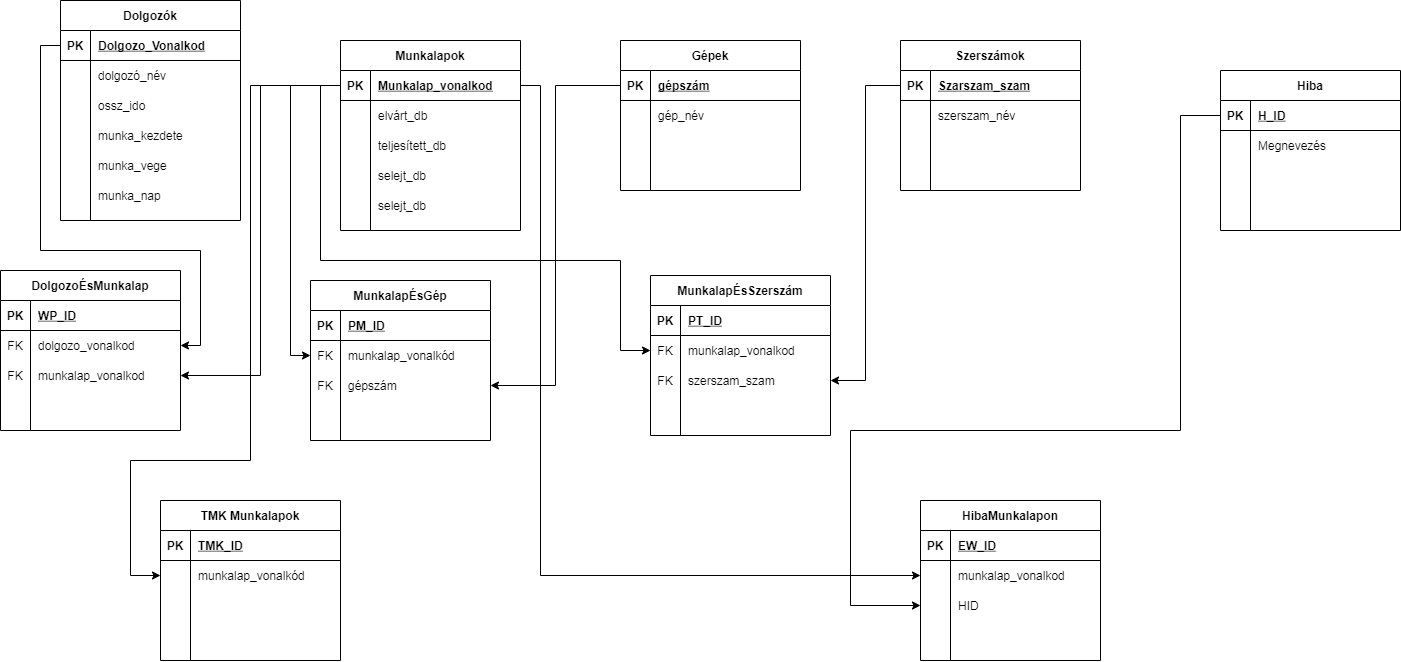
The draw.io diagram database_plan_1_0.png in KerteszZoltan/mesterminal, before a commit. Source tidied: cells renumbered, new cells last; positions are measured from the earlier drawing's top-left corner, leaving out a move shared by most shapes.
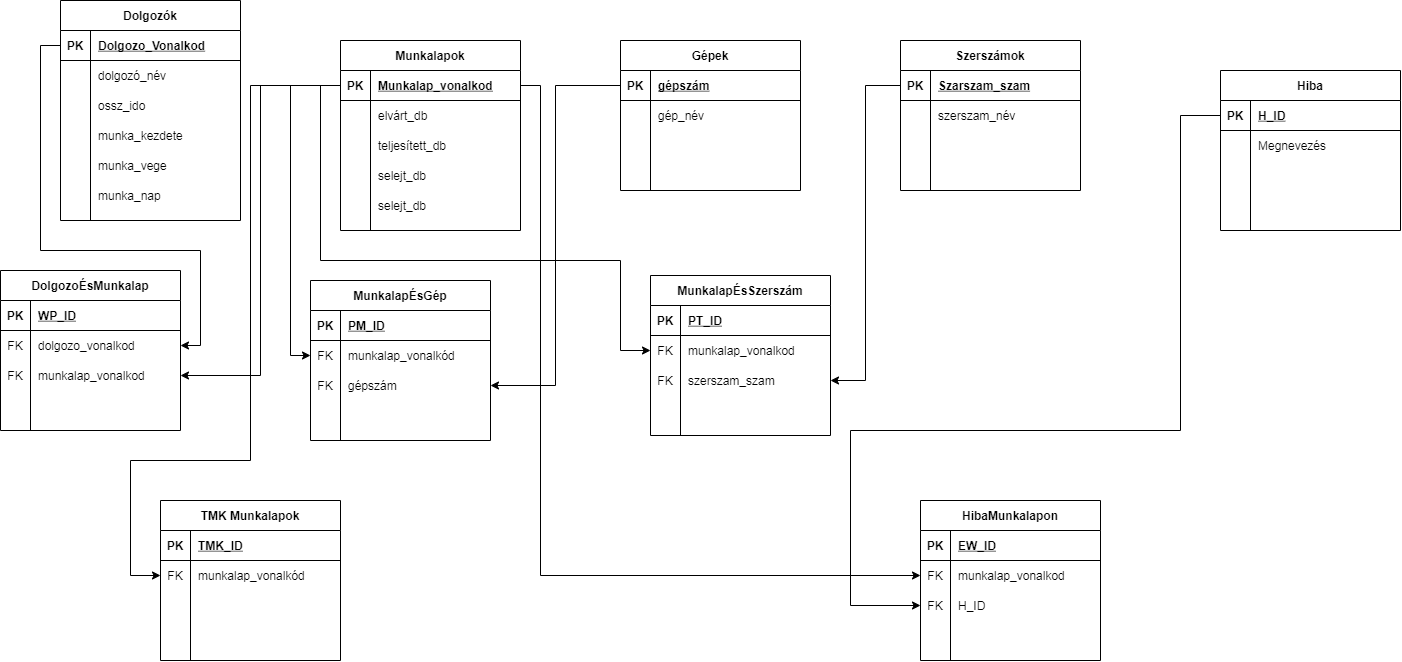
Later version of the same file.

Diff of the diagram source:
```diff
@@ -346,7 +346,7 @@
     <mxCell id="111" style="shape=partialRectangle;fillColor=none;top=0;left=0;bottom=0;right=0;points=[[0,0.5],[1,0.5]];portConstraint=eastwest;" parent="107" vertex="1">
       <mxGeometry y="60" width="180" height="30" as="geometry" />
     </mxCell>
-    <mxCell id="112" style="shape=partialRectangle;fillColor=none;top=0;left=0;bottom=0;right=0;overflow=hidden;" parent="111" vertex="1">
+    <mxCell id="112" value="FK" style="shape=partialRectangle;fillColor=none;top=0;left=0;bottom=0;right=0;overflow=hidden;" parent="111" vertex="1">
       <mxGeometry width="30" height="30" as="geometry" />
     </mxCell>
     <mxCell id="113" value="munkalap_vonalkód" style="shape=partialRectangle;fillColor=none;top=0;left=0;bottom=0;right=0;align=left;spacingLeft=6;overflow=hidden;" parent="111" vertex="1">
@@ -434,7 +434,7 @@
     <mxCell id="138" style="shape=partialRectangle;fillColor=none;top=0;left=0;bottom=0;right=0;points=[[0,0.5],[1,0.5]];portConstraint=eastwest;" parent="134" vertex="1">
       <mxGeometry y="60" width="180" height="30" as="geometry" />
     </mxCell>
-    <mxCell id="139" style="shape=partialRectangle;fillColor=none;top=0;left=0;bottom=0;right=0;overflow=hidden;" parent="138" vertex="1">
+    <mxCell id="139" value="FK" style="shape=partialRectangle;fillColor=none;top=0;left=0;bottom=0;right=0;overflow=hidden;" parent="138" vertex="1">
       <mxGeometry width="30" height="30" as="geometry" />
     </mxCell>
     <mxCell id="140" value="munkalap_vonalkod" style="shape=partialRectangle;fillColor=none;top=0;left=0;bottom=0;right=0;align=left;spacingLeft=6;overflow=hidden;" parent="138" vertex="1">
@@ -443,10 +443,10 @@
     <mxCell id="141" style="shape=partialRectangle;fillColor=none;top=0;left=0;bottom=0;right=0;points=[[0,0.5],[1,0.5]];portConstraint=eastwest;" parent="134" vertex="1">
       <mxGeometry y="90" width="180" height="30" as="geometry" />
     </mxCell>
-    <mxCell id="142" style="shape=partialRectangle;fillColor=none;top=0;left=0;bottom=0;right=0;overflow=hidden;" parent="141" vertex="1">
+    <mxCell id="142" value="FK" style="shape=partialRectangle;fillColor=none;top=0;left=0;bottom=0;right=0;overflow=hidden;" parent="141" vertex="1">
       <mxGeometry width="30" height="30" as="geometry" />
     </mxCell>
-    <mxCell id="143" value="HID" style="shape=partialRectangle;fillColor=none;top=0;left=0;bottom=0;right=0;align=left;spacingLeft=6;overflow=hidden;" parent="141" vertex="1">
+    <mxCell id="143" value="H_ID" style="shape=partialRectangle;fillColor=none;top=0;left=0;bottom=0;right=0;align=left;spacingLeft=6;overflow=hidden;" parent="141" vertex="1">
       <mxGeometry x="30" width="150" height="30" as="geometry" />
     </mxCell>
     <mxCell id="144" style="shape=partialRectangle;fillColor=none;top=0;left=0;bottom=0;right=0;" parent="134" vertex="1">
```
